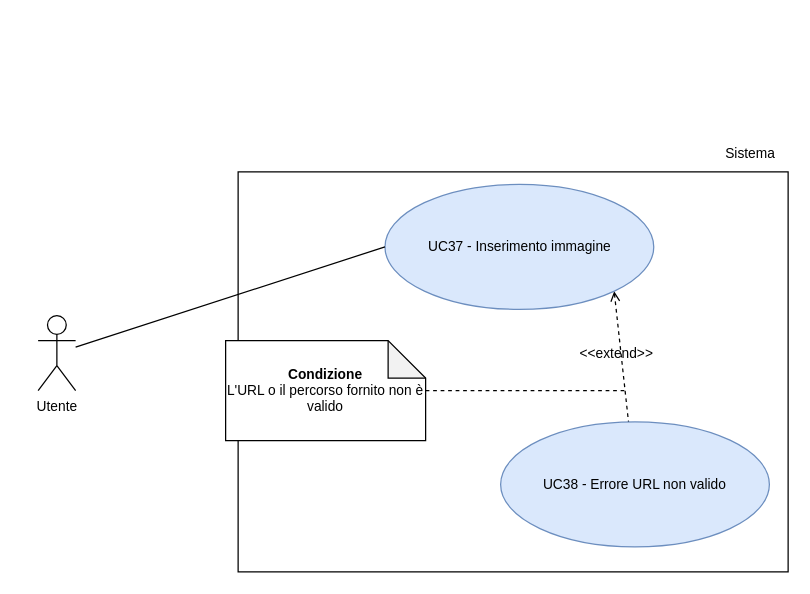
Before: RTB/doc_esterna/analisi-dei-requisiti/assets/draw.io/UC37.drawio in thebitless-group-swe/thebitless.github.io, a draw.io diagram. Source tidied: cells renumbered, new cells numbered last; positions are measured from the earlier drawing's top-left corner, leaving out a move shared by most shapes. Both pictures are drawn from the tidied source at 125%, with x=0, y=0 at pixel (38, 134).
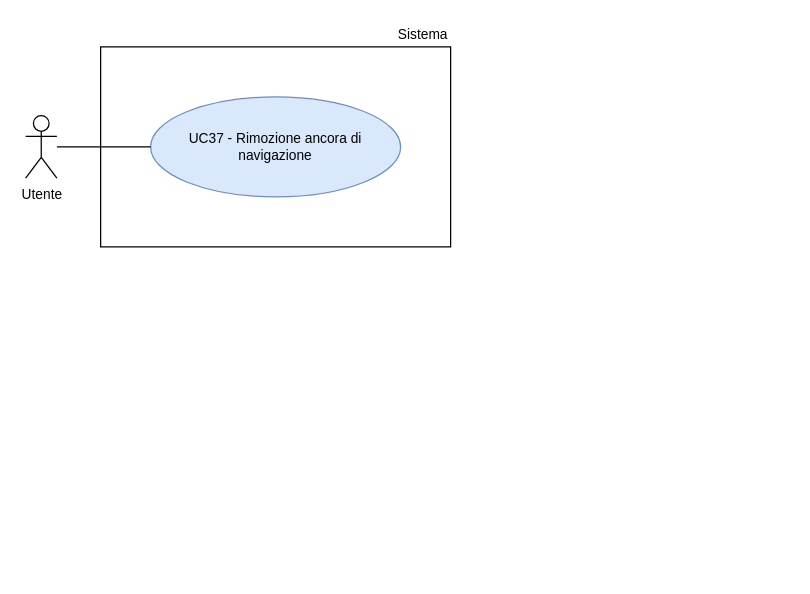
The same page after the edit.

Change to the diagram source:
```diff
@@
 <mxGraphModel>
   <root>
     <mxCell id="0" />
     <mxCell id="1" parent="0" />
+    <mxCell id="6" value="Utente" style="shape=umlActor;verticalLabelPosition=bottom;verticalAlign=top;html=1;outlineConnect=0;fontSize=11;" parent="1" vertex="1">
+      <mxGeometry x="-10" y="-15" width="25" height="50" as="geometry" />
+    </mxCell>
-    <mxCell id="2" style="rounded=0;whiteSpace=wrap;html=1;" parent="1" vertex="1">
-      <mxGeometry x="160" y="30" width="440" height="320" as="geometry" />
+    <mxCell id="2" style="rounded=0;whiteSpace=wrap;html=1;strokeWidth=1;" parent="1" vertex="1">
+      <mxGeometry x="50" y="-70" width="280" height="160" as="geometry" />
     </mxCell>
-    <mxCell id="3" style="rounded=0;jettySize=auto;html=1;exitX=1;exitY=1;exitDx=0;exitDy=0;dashed=1;startArrow=open;startFill=0;endArrow=none;endFill=0;" parent="1" edge="1" source="4" target="8">
-      <mxGeometry relative="1" as="geometry" />
-    </mxCell>
-    <mxCell id="4" value="UC37 - Inserimento immagine" style="ellipse;whiteSpace=wrap;html=1;fillColor=#dae8fc;strokeColor=#6c8ebf;fontSize=11;" parent="1" vertex="1">
-      <mxGeometry x="277.5" y="40" width="215" height="100" as="geometry" />
-    </mxCell>
-    <mxCell id="5" style="rounded=0;jettySize=auto;html=1;endArrow=none;endFill=0;entryX=0;entryY=0.5;entryDx=0;entryDy=0;" parent="1" edge="1" source="6" target="4">
-      <mxGeometry relative="1" as="geometry" />
-    </mxCell>
-    <mxCell id="6" value="Utente" style="shape=umlActor;verticalLabelPosition=bottom;verticalAlign=top;html=1;outlineConnect=0;fontSize=11;" parent="1" vertex="1">
-      <mxGeometry y="145" width="30" height="60" as="geometry" />
-    </mxCell>
-    <mxCell id="7" value="Sistema" style="text;html=1;whiteSpace=wrap;strokeColor=none;fillColor=none;align=center;verticalAlign=middle;rounded=0;fontSize=11;" parent="1" vertex="1">
-      <mxGeometry x="540" width="60" height="30" as="geometry" />
+    <mxCell id="7" value="Sistema" style="text;html=1;whiteSpace=wrap;strokeColor=none;fillColor=none;align=right;verticalAlign=middle;fontSize=11;" parent="1" vertex="1">
+      <mxGeometry x="260" y="-90" width="70" height="20" as="geometry" />
     </mxCell>
-    <mxCell id="8" value="UC38 - Errore URL non valido" style="ellipse;whiteSpace=wrap;html=1;fillColor=#dae8fc;strokeColor=#6c8ebf;fontSize=11;" parent="1" vertex="1">
-      <mxGeometry x="370" y="230" width="215" height="100" as="geometry" />
-    </mxCell>
-    <mxCell id="9" style="edgeStyle=orthogonalEdgeStyle;rounded=0;jettySize=auto;html=1;endArrow=none;endFill=0;dashed=1;" parent="1" edge="1" source="10">
-      <mxGeometry relative="1" as="geometry">
-        <mxPoint x="470" y="205" as="targetPoint" />
-      </mxGeometry>
-    </mxCell>
-    <mxCell id="10" value="&lt;b&gt;Condizione&lt;/b&gt;&lt;div&gt;L'URL o il percorso fornito non è valido&lt;/div&gt;" style="shape=note;whiteSpace=wrap;html=1;backgroundOutline=1;darkOpacity=0.05;fontSize=11;" parent="1" vertex="1">
-      <mxGeometry x="150" y="165" width="160" height="80" as="geometry" />
-    </mxCell>
-    <mxCell id="11" value="&amp;lt;&amp;lt;extend&amp;gt;&amp;gt;" style="text;html=1;whiteSpace=wrap;strokeColor=none;fillColor=none;align=center;verticalAlign=middle;rounded=0;fontSize=11;" parent="1" vertex="1">
-      <mxGeometry x="427.5" y="160" width="70" height="30" as="geometry" />
-    </mxCell>
+    <mxCell id="12" value="UC37 - Rimozione ancora di navigazione" style="ellipse;whiteSpace=wrap;html=1;fillColor=#dae8fc;strokeColor=#6c8ebf;fontSize=11;" parent="1" vertex="1">
+      <mxGeometry x="90" y="-30" width="200" height="80" as="geometry" />
+    </mxCell>
+    <mxCell id="13" style="edgeStyle=none;rounded=0;jettySize=auto;html=1;endArrow=none;endFill=0;" parent="1" edge="1" source="6" target="12">
+      <mxGeometry relative="1" as="geometry" />
+    </mxCell>
   </root>
 </mxGraphModel>
```
